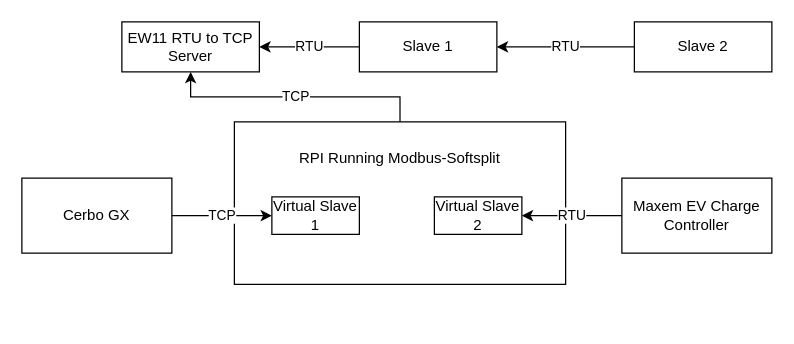
JoshuaDodds/modbus-softsplit keeps this draw.io diagram as layout.drawio. Above is the earlier version. Source tidied: cells renumbered, new cells numbered last; positions are measured from the earlier drawing's top-left corner, leaving out a move shared by most shapes. Both pictures are drawn from the tidied source at 125%, with x=0, y=0 at pixel (21, 21).
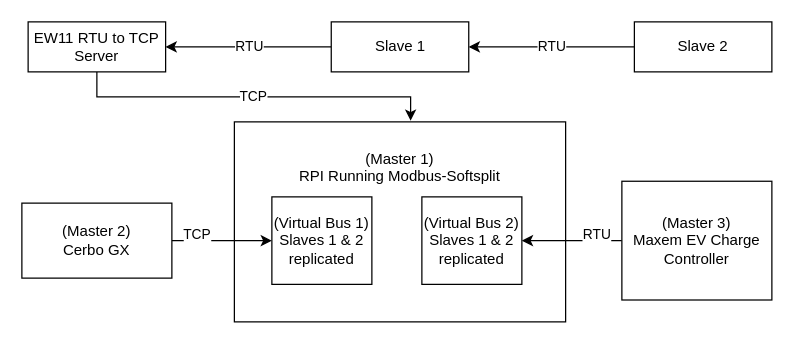
After the change.

Diff of the diagram source:
```diff
@@
 <mxGraphModel>
   <root>
     <mxCell id="0" />
     <mxCell id="1" parent="0" />
     <mxCell id="2" value="&lt;div&gt;RTU&lt;/div&gt;" style="edgeStyle=orthogonalEdgeStyle;rounded=0;jettySize=auto;html=1;" parent="1" edge="1" source="3" target="6">
       <mxGeometry relative="1" as="geometry" />
     </mxCell>
     <mxCell id="3" value="&lt;div&gt;Slave 1&lt;/div&gt;" style="rounded=0;whiteSpace=wrap;html=1;" parent="1" vertex="1">
-      <mxGeometry x="270" width="110" height="40" as="geometry" />
+      <mxGeometry x="247.5" width="110" height="40" as="geometry" />
     </mxCell>
     <mxCell id="4" value="&lt;div&gt;RTU&lt;/div&gt;" style="edgeStyle=orthogonalEdgeStyle;rounded=0;jettySize=auto;html=1;" parent="1" edge="1" source="5" target="3">
       <mxGeometry relative="1" as="geometry" />
     </mxCell>
     <mxCell id="5" value="&lt;div&gt;Slave 2&lt;/div&gt;" style="rounded=0;whiteSpace=wrap;html=1;" parent="1" vertex="1">
       <mxGeometry x="490" width="110" height="40" as="geometry" />
     </mxCell>
+    <mxCell id="7" value="&lt;div&gt;TCP&lt;/div&gt;" style="edgeStyle=orthogonalEdgeStyle;rounded=0;jettySize=auto;html=1;exitX=0.5;exitY=1;exitDx=0;exitDy=0;entryX=0.532;entryY=-0.006;entryDx=0;entryDy=0;entryPerimeter=0;" parent="1" edge="1" source="6" target="8">
+      <mxGeometry relative="1" as="geometry" />
+    </mxCell>
     <mxCell id="6" value="&lt;div&gt;EW11 RTU to TCP Server&lt;/div&gt;" style="rounded=0;whiteSpace=wrap;html=1;" parent="1" vertex="1">
-      <mxGeometry x="80" width="110" height="40" as="geometry" />
+      <mxGeometry x="5" width="110" height="40" as="geometry" />
     </mxCell>
-    <mxCell id="7" value="TCP" style="edgeStyle=orthogonalEdgeStyle;rounded=0;jettySize=auto;html=1;" parent="1" edge="1" source="8" target="6">
-      <mxGeometry relative="1" as="geometry" />
-    </mxCell>
-    <mxCell id="8" value="&lt;div&gt;RPI Running Modbus-Softsplit&lt;/div&gt;&lt;div&gt;&lt;br&gt;&lt;/div&gt;&lt;div&gt;&lt;br&gt;&lt;/div&gt;&lt;div&gt;&lt;br&gt;&lt;/div&gt;&lt;div&gt;&lt;br&gt;&lt;/div&gt;&lt;div&gt;&lt;br&gt;&lt;/div&gt;" style="rounded=0;whiteSpace=wrap;html=1;" parent="1" vertex="1">
-      <mxGeometry x="170" y="80" width="265" height="130" as="geometry" />
+    <mxCell id="8" value="&lt;div&gt;(Master 1)&lt;/div&gt;&lt;div&gt;RPI Running Modbus-Softsplit&lt;/div&gt;&lt;div&gt;&lt;br&gt;&lt;/div&gt;&lt;div&gt;&lt;br&gt;&lt;/div&gt;&lt;div&gt;&lt;br&gt;&lt;/div&gt;&lt;div&gt;&lt;br&gt;&lt;/div&gt;&lt;div&gt;&lt;br&gt;&lt;/div&gt;&lt;div&gt;&lt;br&gt;&lt;/div&gt;" style="rounded=0;whiteSpace=wrap;html=1;" parent="1" vertex="1">
+      <mxGeometry x="170" y="80" width="265" height="160" as="geometry" />
     </mxCell>
     <mxCell id="9" value="TCP" style="edgeStyle=orthogonalEdgeStyle;rounded=0;jettySize=auto;html=1;entryX=0;entryY=0.5;entryDx=0;entryDy=0;" parent="1" edge="1" source="10" target="13">
-      <mxGeometry relative="1" as="geometry" />
+      <mxGeometry x="-0.5" y="5" relative="1" as="geometry">
+        <Array as="points">
+          <mxPoint x="140" y="175" />
+          <mxPoint x="140" y="175" />
+        </Array>
+      </mxGeometry>
     </mxCell>
-    <mxCell id="10" value="Cerbo GX" style="whiteSpace=wrap;html=1;rounded=0;" parent="1" vertex="1">
-      <mxGeometry y="125" width="120" height="60" as="geometry" />
+    <mxCell id="10" value="(Master 2)&lt;br&gt;Cerbo GX" style="whiteSpace=wrap;html=1;rounded=0;" parent="1" vertex="1">
+      <mxGeometry y="145" width="120" height="60" as="geometry" />
     </mxCell>
     <mxCell id="11" value="&lt;div&gt;RTU&lt;/div&gt;" style="edgeStyle=orthogonalEdgeStyle;rounded=0;jettySize=auto;html=1;entryX=1;entryY=0.5;entryDx=0;entryDy=0;" parent="1" edge="1" source="12" target="14">
-      <mxGeometry relative="1" as="geometry" />
+      <mxGeometry x="-0.5" y="-5" relative="1" as="geometry" />
     </mxCell>
-    <mxCell id="12" value="Maxem EV Charge Controller" style="whiteSpace=wrap;html=1;rounded=0;" parent="1" vertex="1">
-      <mxGeometry x="480" y="125" width="120" height="60" as="geometry" />
+    <mxCell id="12" value="(Master 3)&lt;br&gt;Maxem EV Charge Controller" style="whiteSpace=wrap;html=1;rounded=0;" parent="1" vertex="1">
+      <mxGeometry x="480" y="127.5" width="120" height="95" as="geometry" />
     </mxCell>
-    <mxCell id="13" value="Virtual Slave 1" style="rounded=0;whiteSpace=wrap;html=1;" parent="1" vertex="1">
-      <mxGeometry x="200" y="140" width="70" height="30" as="geometry" />
+    <mxCell id="13" value="(Virtual Bus 1)&lt;br&gt;Slaves 1 &amp;amp; 2 replicated" style="rounded=0;whiteSpace=wrap;html=1;" parent="1" vertex="1">
+      <mxGeometry x="200" y="140" width="80" height="70" as="geometry" />
     </mxCell>
-    <mxCell id="14" value="Virtual Slave 2" style="rounded=0;whiteSpace=wrap;html=1;" parent="1" vertex="1">
-      <mxGeometry x="330" y="140" width="70" height="30" as="geometry" />
+    <mxCell id="14" value="&lt;div&gt;(Virtual Bus 2)&lt;/div&gt;&lt;div&gt;Slaves 1 &amp;amp; 2 replicated&lt;br&gt;&lt;/div&gt;" style="rounded=0;whiteSpace=wrap;html=1;" parent="1" vertex="1">
+      <mxGeometry x="320" y="140" width="80" height="70" as="geometry" />
     </mxCell>
   </root>
 </mxGraphModel>
```
